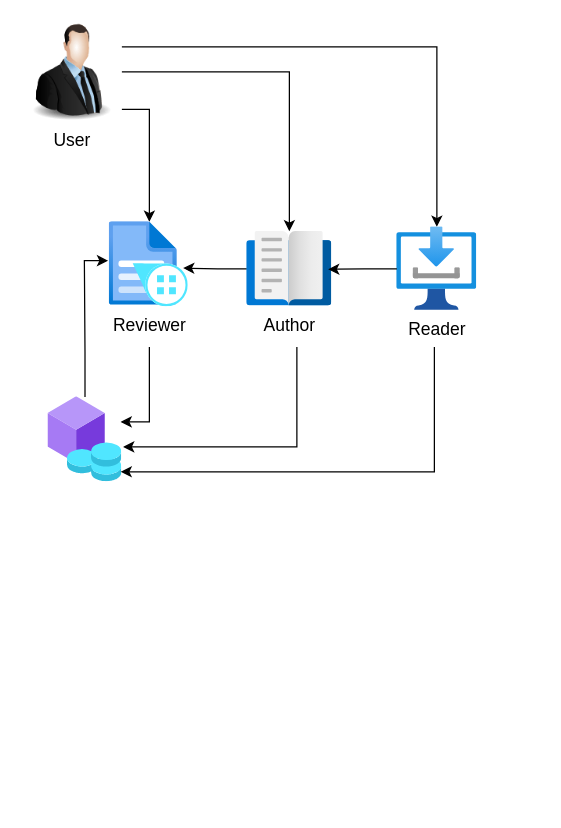
This is docs/govern.drawio from thales-casia/journal-dao, a draw.io file, before an edit. Source tidied: cells renumbered, new cells numbered last; positions are measured from the earlier drawing's top-left corner, leaving out a move shared by most shapes. Both pictures are drawn from the tidied source at 125%, with x=0, y=0 at pixel (21, 21).
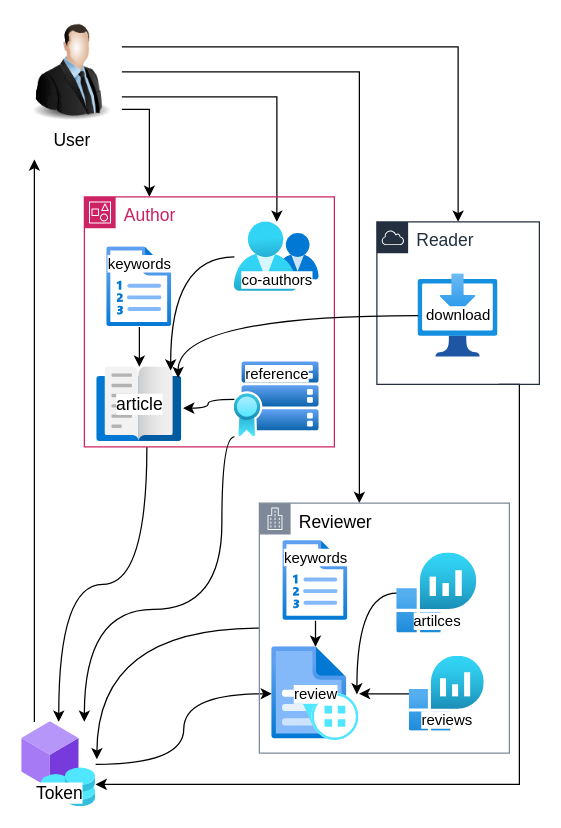
The same page after the edit.

The change refers to these unchanged cells:
```xml
<mxCell id="5" value="User" style="image;html=1;image=img/lib/clip_art/people/Suit_Man_128x128.png;fontSize=14;" parent="1" vertex="1">
  <mxGeometry width="80" height="80" as="geometry" />
</mxCell>
```

Diff of the diagram source:
```diff
@@
-    <mxCell id="2" style="edgeStyle=orthogonalEdgeStyle;rounded=0;jettySize=auto;html=1;" parent="1" edge="1" source="5" target="6">
+    <mxCell id="2" style="edgeStyle=orthogonalEdgeStyle;rounded=0;jettySize=auto;html=1;" parent="1" edge="1" source="5" target="9">
       <mxGeometry relative="1" as="geometry">
         <Array as="points">
           <mxPoint x="102" y="70" />
+          <mxPoint x="102" y="200" />
+          <mxPoint x="130" y="200" />
         </Array>
       </mxGeometry>
     </mxCell>
-    <mxCell id="3" style="edgeStyle=orthogonalEdgeStyle;rounded=0;jettySize=auto;html=1;exitX=1;exitY=0.5;exitDx=0;exitDy=0;" parent="1" edge="1" source="5" target="9">
-      <mxGeometry relative="1" as="geometry" />
+    <mxCell id="3" style="edgeStyle=orthogonalEdgeStyle;rounded=0;jettySize=auto;html=1;exitX=1;exitY=0.5;exitDx=0;exitDy=0;" parent="1" edge="1" source="5" target="6">
+      <mxGeometry relative="1" as="geometry">
+        <Array as="points">
+          <mxPoint x="270" y="40" />
+        </Array>
+      </mxGeometry>
     </mxCell>
-    <mxCell id="4" style="edgeStyle=orthogonalEdgeStyle;rounded=0;jettySize=auto;html=1;exitX=1;exitY=0.25;exitDx=0;exitDy=0;" parent="1" edge="1" source="5" target="7">
+    <mxCell id="4" style="edgeStyle=orthogonalEdgeStyle;rounded=0;jettySize=auto;html=1;exitX=1;exitY=0.25;exitDx=0;exitDy=0;entryX=0.5;entryY=0;entryDx=0;entryDy=0;" parent="1" edge="1" source="5" target="7">
       <mxGeometry relative="1" as="geometry" />
     </mxCell>
+    <mxCell id="16" style="edgeStyle=orthogonalEdgeStyle;rounded=0;jettySize=auto;html=1;exitX=1;exitY=0.75;exitDx=0;exitDy=0;" parent="1" edge="1" source="5" target="28">
+      <mxGeometry relative="1" as="geometry" />
+    </mxCell>
@@
-    <mxCell id="6" value="Reviewer" style="image;html=1;points=[];align=center;fontSize=14;image=img/lib/azure2/ai_machine_learning/Form_Recognizers.svg;" parent="1" vertex="1">
-      <mxGeometry x="70" y="160" width="63.2" height="68" as="geometry" />
-    </mxCell>
-    <mxCell id="7" value="Reader" style="image;html=1;points=[];align=center;fontSize=14;image=img/lib/azure2/general/Download.svg;" parent="1" vertex="1">
-      <mxGeometry x="300" y="164" width="64" height="67" as="geometry" />
-    </mxCell>
-    <mxCell id="8" style="edgeStyle=orthogonalEdgeStyle;rounded=0;jettySize=auto;html=1;entryX=0.934;entryY=0.544;entryDx=0;entryDy=0;entryPerimeter=0;" parent="1" edge="1" source="9" target="6">
-      <mxGeometry relative="1" as="geometry" />
-    </mxCell>
-    <mxCell id="9" value="Author" style="image;html=1;points=[];align=center;fontSize=14;image=img/lib/azure2/intune/eBooks.svg;" parent="1" vertex="1">
-      <mxGeometry x="180" y="167.5" width="68" height="60" as="geometry" />
-    </mxCell>
+    <mxCell id="17" style="edgeStyle=orthogonalEdgeStyle;rounded=0;orthogonalLoop=1;jettySize=auto;html=1;" parent="1" edge="1">
+      <mxGeometry relative="1" as="geometry">
+        <mxPoint x="10" y="560" as="sourcePoint" />
+        <mxPoint x="10" y="110" as="targetPoint" />
+      </mxGeometry>
+    </mxCell>
+    <mxCell id="18" style="edgeStyle=orthogonalEdgeStyle;rounded=0;jettySize=auto;html=1;curved=1;" parent="1" edge="1" source="10" target="19">
+      <mxGeometry relative="1" as="geometry" />
+    </mxCell>
-    <mxCell id="10" style="image;html=1;points=[];align=center;fontSize=12;image=img/lib/azure2/blockchain/Azure_Token_Service.svg;" parent="1" vertex="1">
-      <mxGeometry x="21" y="300" width="59" height="68" as="geometry" />
+    <mxCell id="10" value="Token" style="image;html=1;points=[];align=center;fontSize=14;image=img/lib/azure2/blockchain/Azure_Token_Service.svg;labelPosition=center;verticalLabelPosition=middle;verticalAlign=bottom;" parent="1" vertex="1">
+      <mxGeometry y="560" width="59" height="68" as="geometry" />
     </mxCell>
-    <mxCell id="11" style="edgeStyle=orthogonalEdgeStyle;rounded=0;orthogonalLoop=1;jettySize=auto;html=1;" parent="1" edge="1">
-      <mxGeometry relative="1" as="geometry">
-        <mxPoint x="102" y="260" as="sourcePoint" />
-        <mxPoint x="79" y="320" as="targetPoint" />
-        <Array as="points">
-          <mxPoint x="102" y="320" />
-          <mxPoint x="79" y="320" />
-        </Array>
-      </mxGeometry>
+    <mxCell id="11" style="edgeStyle=orthogonalEdgeStyle;rounded=0;jettySize=auto;html=1;exitX=0.25;exitY=1;exitDx=0;exitDy=0;curved=1;" parent="1" edge="1" source="9" target="10">
+      <mxGeometry relative="1" as="geometry" />
     </mxCell>
-    <mxCell id="12" style="edgeStyle=orthogonalEdgeStyle;rounded=0;orthogonalLoop=1;jettySize=auto;html=1;" parent="1" edge="1">
+    <mxCell id="12" style="edgeStyle=orthogonalEdgeStyle;rounded=0;jettySize=auto;html=1;curved=1;" parent="1" edge="1" source="6">
       <mxGeometry relative="1" as="geometry">
-        <mxPoint x="220" y="260" as="sourcePoint" />
-        <mxPoint x="81" y="340" as="targetPoint" />
-        <Array as="points">
-          <mxPoint x="220" y="260" />
-          <mxPoint x="220" y="340" />
-        </Array>
+        <mxPoint x="60" y="590" as="targetPoint" />
       </mxGeometry>
     </mxCell>
-    <mxCell id="13" style="edgeStyle=orthogonalEdgeStyle;rounded=0;jettySize=auto;html=1;entryX=0.983;entryY=0.882;entryDx=0;entryDy=0;entryPerimeter=0;" parent="1" edge="1" target="10">
+    <mxCell id="13" style="edgeStyle=orthogonalEdgeStyle;rounded=0;jettySize=auto;html=1;exitX=0.75;exitY=1;exitDx=0;exitDy=0;" parent="1" edge="1" source="7" target="10">
       <mxGeometry relative="1" as="geometry">
-        <mxPoint x="330" y="260" as="sourcePoint" />
         <Array as="points">
-          <mxPoint x="330" y="260" />
-          <mxPoint x="330" y="360" />
+          <mxPoint x="398" y="610" />
         </Array>
       </mxGeometry>
     </mxCell>
-    <mxCell id="14" style="edgeStyle=orthogonalEdgeStyle;rounded=0;jettySize=auto;html=1;entryX=-0.016;entryY=0.456;entryDx=0;entryDy=0;entryPerimeter=0;" parent="1" edge="1" source="10" target="6">
-      <mxGeometry relative="1" as="geometry" />
-    </mxCell>
-    <mxCell id="15" style="edgeStyle=orthogonalEdgeStyle;rounded=0;jettySize=auto;html=1;entryX=0.956;entryY=0.508;entryDx=0;entryDy=0;entryPerimeter=0;" parent="1" edge="1" source="7" target="9">
-      <mxGeometry relative="1" as="geometry" />
-    </mxCell>
+    <mxCell id="6" value="Reviewer" style="points=[[0,0],[0.25,0],[0.5,0],[0.75,0],[1,0],[1,0.25],[1,0.5],[1,0.75],[1,1],[0.75,1],[0.5,1],[0.25,1],[0,1],[0,0.75],[0,0.5],[0,0.25]];outlineConnect=0;gradientColor=none;html=1;whiteSpace=wrap;fontSize=14;fontStyle=0;shape=mxgraph.aws4.group;grIcon=mxgraph.aws4.group_corporate_data_center;strokeColor=#7D8998;fillColor=none;verticalAlign=top;align=left;spacingLeft=30;fontColor=#000000;dashed=0;" parent="1" vertex="1">
+      <mxGeometry x="190" y="385" width="200" height="200" as="geometry" />
+    </mxCell>
+    <mxCell id="19" value="review" style="image;html=1;points=[];align=center;fontSize=12;image=img/lib/azure2/ai_machine_learning/Form_Recognizers.svg;labelPosition=center;verticalLabelPosition=middle;verticalAlign=middle;" parent="6" vertex="1">
+      <mxGeometry x="10" y="115" width="69.7" height="75" as="geometry" />
+    </mxCell>
+    <mxCell id="20" style="edgeStyle=orthogonalEdgeStyle;rounded=0;jettySize=auto;html=1;curved=1;entryX=0.976;entryY=0.507;entryDx=0;entryDy=0;entryPerimeter=0;" parent="6" edge="1" source="21" target="19">
+      <mxGeometry relative="1" as="geometry" />
+    </mxCell>
+    <mxCell id="21" value="&lt;div&gt;artilces&lt;br&gt;&lt;/div&gt;" style="image;html=1;points=[];align=center;fontSize=12;image=img/lib/azure2/management_governance/Log_Analytics_Workspaces.svg;labelPosition=center;verticalLabelPosition=middle;verticalAlign=bottom;" parent="6" vertex="1">
+      <mxGeometry x="110" y="40" width="64" height="64" as="geometry" />
+    </mxCell>
+    <mxCell id="22" style="edgeStyle=orthogonalEdgeStyle;rounded=0;jettySize=auto;html=1;curved=1;" parent="6" edge="1" source="23" target="19">
+      <mxGeometry relative="1" as="geometry" />
+    </mxCell>
+    <mxCell id="23" value="reviews" style="image;html=1;points=[];align=center;fontSize=12;image=img/lib/azure2/management_governance/Log_Analytics_Workspaces.svg;labelPosition=center;verticalLabelPosition=middle;verticalAlign=bottom;" parent="6" vertex="1">
+      <mxGeometry x="120" y="122.5" width="60" height="60" as="geometry" />
+    </mxCell>
+    <mxCell id="24" style="edgeStyle=orthogonalEdgeStyle;rounded=0;jettySize=auto;html=1;" parent="6" edge="1" source="25" target="19">
+      <mxGeometry relative="1" as="geometry" />
+    </mxCell>
+    <mxCell id="25" value="keywords" style="image;html=1;points=[];align=center;fontSize=12;image=img/lib/azure2/azure_stack/Plans.svg;labelPosition=center;verticalLabelPosition=middle;verticalAlign=top;" parent="6" vertex="1">
+      <mxGeometry x="18.9" y="30" width="52" height="64" as="geometry" />
+    </mxCell>
+    <mxCell id="9" value="Author" style="points=[[0,0],[0.25,0],[0.5,0],[0.75,0],[1,0],[1,0.25],[1,0.5],[1,0.75],[1,1],[0.75,1],[0.5,1],[0.25,1],[0,1],[0,0.75],[0,0.5],[0,0.25]];outlineConnect=0;gradientColor=none;html=1;whiteSpace=wrap;fontSize=14;fontStyle=0;shape=mxgraph.aws4.group;grIcon=mxgraph.aws4.group_account;strokeColor=#CD2264;fillColor=none;verticalAlign=top;align=left;spacingLeft=30;fontColor=#CD2264;dashed=0;" parent="1" vertex="1">
+      <mxGeometry x="50" y="140" width="200" height="200" as="geometry" />
+    </mxCell>
+    <mxCell id="26" value="article" style="image;html=1;points=[];align=center;fontSize=14;image=img/lib/azure2/intune/eBooks.svg;labelPosition=center;verticalLabelPosition=middle;verticalAlign=middle;" parent="9" vertex="1">
+      <mxGeometry x="10" y="136" width="68" height="60" as="geometry" />
+    </mxCell>
+    <mxCell id="27" value="keywords" style="image;html=1;points=[];align=center;fontSize=12;image=img/lib/azure2/azure_stack/Plans.svg;labelPosition=center;verticalLabelPosition=middle;verticalAlign=top;" parent="9" vertex="1">
+      <mxGeometry x="18" y="40" width="52" height="64" as="geometry" />
+    </mxCell>
+    <mxCell id="28" value="co-authors" style="image;html=1;points=[];align=center;fontSize=12;image=img/lib/azure2/identity/Groups.svg;labelPosition=center;verticalLabelPosition=middle;verticalAlign=bottom;" parent="9" vertex="1">
+      <mxGeometry x="120" y="20" width="68" height="56" as="geometry" />
+    </mxCell>
+    <mxCell id="29" value="reference" style="image;html=1;points=[];align=center;fontSize=12;image=img/lib/azure2/iot/Stack_HCI_Premium.svg;labelPosition=center;verticalLabelPosition=middle;verticalAlign=top;" parent="9" vertex="1">
+      <mxGeometry x="120" y="128" width="68" height="68" as="geometry" />
+    </mxCell>
+    <mxCell id="30" style="edgeStyle=orthogonalEdgeStyle;rounded=0;jettySize=auto;html=1;entryX=0.5;entryY=0;entryDx=0;entryDy=0;entryPerimeter=0;" parent="9" edge="1" source="27" target="26">
+      <mxGeometry relative="1" as="geometry" />
+    </mxCell>
+    <mxCell id="31" style="edgeStyle=orthogonalEdgeStyle;rounded=0;jettySize=auto;html=1;entryX=0.868;entryY=0.05;entryDx=0;entryDy=0;entryPerimeter=0;curved=1;" parent="9" edge="1" source="28" target="26">
+      <mxGeometry relative="1" as="geometry" />
+    </mxCell>
+    <mxCell id="32" style="edgeStyle=orthogonalEdgeStyle;rounded=0;jettySize=auto;html=1;entryX=1.015;entryY=0.55;entryDx=0;entryDy=0;entryPerimeter=0;curved=1;" parent="9" edge="1" source="29" target="26">
+      <mxGeometry relative="1" as="geometry" />
+    </mxCell>
+    <mxCell id="7" value="Reader" style="points=[[0,0],[0.25,0],[0.5,0],[0.75,0],[1,0],[1,0.25],[1,0.5],[1,0.75],[1,1],[0.75,1],[0.5,1],[0.25,1],[0,1],[0,0.75],[0,0.5],[0,0.25]];outlineConnect=0;gradientColor=none;html=1;whiteSpace=wrap;fontSize=14;fontStyle=0;shape=mxgraph.aws4.group;grIcon=mxgraph.aws4.group_aws_cloud;strokeColor=#232F3E;fillColor=none;verticalAlign=top;align=left;spacingLeft=30;fontColor=#232F3E;dashed=0;" parent="1" vertex="1">
+      <mxGeometry x="284" y="160" width="130" height="130" as="geometry" />
+    </mxCell>
+    <mxCell id="33" value="download" style="image;html=1;points=[];align=center;fontSize=12;image=img/lib/azure2/general/Download.svg;labelPosition=center;verticalLabelPosition=middle;verticalAlign=middle;" parent="7" vertex="1">
+      <mxGeometry x="33" y="41.5" width="64" height="67" as="geometry" />
+    </mxCell>
+    <mxCell id="34" style="edgeStyle=orthogonalEdgeStyle;rounded=0;jettySize=auto;html=1;entryX=0.847;entryY=0;entryDx=0;entryDy=0;entryPerimeter=0;curved=1;" parent="1" edge="1" source="29" target="10">
+      <mxGeometry relative="1" as="geometry">
+        <Array as="points">
+          <mxPoint x="160" y="332" />
+          <mxPoint x="160" y="470" />
+          <mxPoint x="50" y="470" />
+        </Array>
+      </mxGeometry>
+    </mxCell>
+    <mxCell id="35" style="edgeStyle=orthogonalEdgeStyle;rounded=0;jettySize=auto;html=1;entryX=0.956;entryY=0.15;entryDx=0;entryDy=0;entryPerimeter=0;curved=1;" parent="1" edge="1" source="33" target="26">
+      <mxGeometry relative="1" as="geometry" />
+    </mxCell>
```
